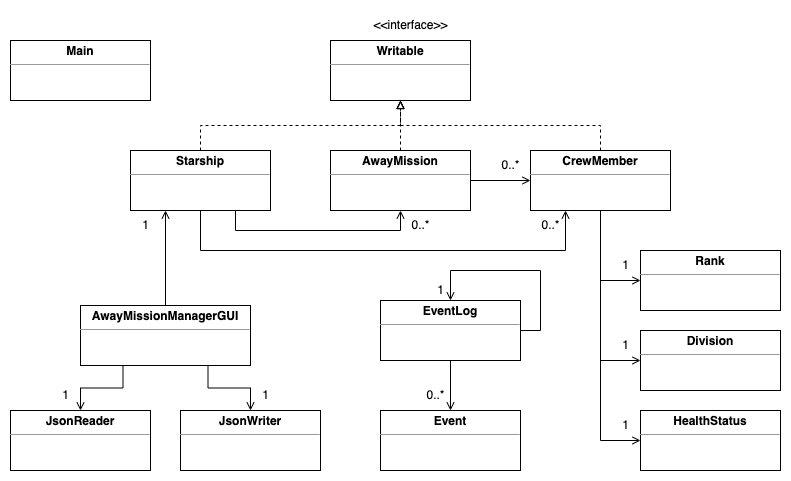
Christine-Anderson/away-mission-manager keeps this draw.io diagram as UML_Design_Diagram.png. Above is the earlier version. Source tidied: cells renumbered, new cells last; positions are measured from the earlier drawing's top-left corner, leaving out a move shared by most shapes.
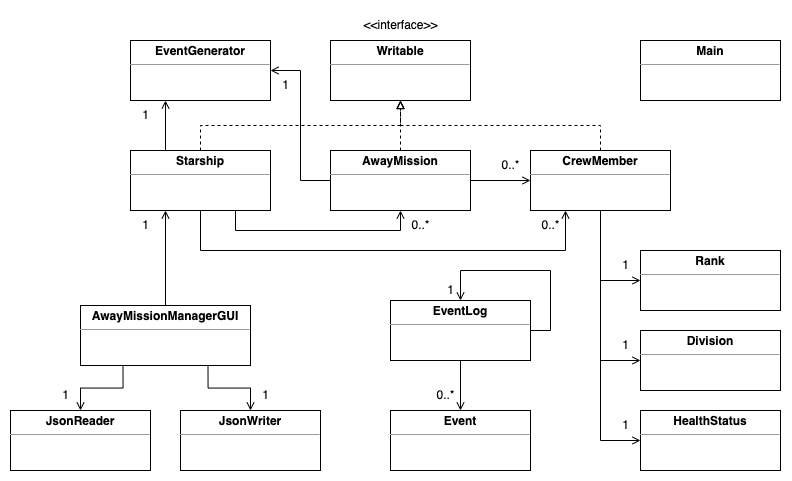
After the commit.

Commit message:
added EventGeneratorTest, updated UML and readme to reflect class changes

Diff of the diagram source:
```diff
@@ -30,7 +30,7 @@
       <mxGeometry x="70" y="295" width="170" height="60" as="geometry" />
     </mxCell>
     <mxCell id="11" value="&lt;p style=&quot;margin:0px;margin-top:4px;text-align:center;&quot;&gt;&lt;b&gt;Main&lt;/b&gt;&lt;/p&gt;&lt;hr size=&quot;1&quot;&gt;&lt;div style=&quot;height:2px;&quot;&gt;&lt;/div&gt;" style="verticalAlign=top;align=left;overflow=fill;fontSize=12;fontFamily=Helvetica;html=1;" parent="1" vertex="1">
-      <mxGeometry y="30" width="140" height="60" as="geometry" />
+      <mxGeometry x="630" y="30" width="140" height="60" as="geometry" />
     </mxCell>
     <mxCell id="12" style="edgeStyle=orthogonalEdgeStyle;rounded=0;jettySize=auto;html=1;exitX=0.5;exitY=1;exitDx=0;exitDy=0;entryX=0.5;entryY=0;entryDx=0;entryDy=0;endArrow=open;endFill=0;" parent="1" edge="1" source="14" target="15">
       <mxGeometry relative="1" as="geometry" />
@@ -38,17 +38,17 @@
     <mxCell id="13" style="edgeStyle=orthogonalEdgeStyle;rounded=0;orthogonalLoop=1;jettySize=auto;html=1;exitX=1;exitY=0.5;exitDx=0;exitDy=0;entryX=0.5;entryY=0;entryDx=0;entryDy=0;endArrow=open;endFill=0;" parent="1" edge="1" source="14" target="14">
       <mxGeometry relative="1" as="geometry">
         <Array as="points">
-          <mxPoint x="530" y="320" />
-          <mxPoint x="530" y="260" />
-          <mxPoint x="440" y="260" />
+          <mxPoint x="540" y="320" />
+          <mxPoint x="540" y="260" />
+          <mxPoint x="450" y="260" />
         </Array>
       </mxGeometry>
     </mxCell>
     <mxCell id="14" value="&lt;p style=&quot;margin:0px;margin-top:4px;text-align:center;&quot;&gt;&lt;b&gt;EventLog&lt;/b&gt;&lt;/p&gt;&lt;hr size=&quot;1&quot;&gt;&lt;div style=&quot;height:2px;&quot;&gt;&lt;/div&gt;" style="verticalAlign=top;align=left;overflow=fill;fontSize=12;fontFamily=Helvetica;html=1;" parent="1" vertex="1">
-      <mxGeometry x="370" y="290" width="140" height="60" as="geometry" />
+      <mxGeometry x="380" y="290" width="140" height="60" as="geometry" />
     </mxCell>
     <mxCell id="15" value="&lt;p style=&quot;margin:0px;margin-top:4px;text-align:center;&quot;&gt;&lt;b&gt;Event&lt;/b&gt;&lt;/p&gt;&lt;hr size=&quot;1&quot;&gt;&lt;div style=&quot;height:2px;&quot;&gt;&lt;/div&gt;" style="verticalAlign=top;align=left;overflow=fill;fontSize=12;fontFamily=Helvetica;html=1;" parent="1" vertex="1">
-      <mxGeometry x="370" y="400" width="140" height="60" as="geometry" />
+      <mxGeometry x="380" y="400" width="140" height="60" as="geometry" />
     </mxCell>
     <mxCell id="16" style="edgeStyle=orthogonalEdgeStyle;rounded=0;jettySize=auto;html=1;exitX=0.5;exitY=0;exitDx=0;exitDy=0;entryX=0.5;entryY=1;entryDx=0;entryDy=0;dashed=1;startArrow=none;startFill=0;endArrow=block;endFill=0;" parent="1" edge="1" source="20" target="28">
       <mxGeometry relative="1" as="geometry" />
@@ -71,6 +71,9 @@
     <mxCell id="22" style="edgeStyle=orthogonalEdgeStyle;rounded=0;jettySize=auto;html=1;exitX=1;exitY=0.5;exitDx=0;exitDy=0;entryX=0;entryY=0.5;entryDx=0;entryDy=0;startArrow=none;startFill=0;endArrow=open;endFill=0;" parent="1" edge="1" source="23" target="20">
       <mxGeometry relative="1" as="geometry" />
     </mxCell>
+    <mxCell id="41" style="edgeStyle=orthogonalEdgeStyle;rounded=0;jettySize=auto;html=1;exitX=0;exitY=0.5;exitDx=0;exitDy=0;entryX=1;entryY=0.5;entryDx=0;entryDy=0;endArrow=open;endFill=0;" parent="1" edge="1" source="23" target="43">
+      <mxGeometry relative="1" as="geometry" />
+    </mxCell>
     <mxCell id="23" value="&lt;p style=&quot;margin:0px;margin-top:4px;text-align:center;&quot;&gt;&lt;b&gt;AwayMission&lt;/b&gt;&lt;/p&gt;&lt;hr size=&quot;1&quot;&gt;&lt;div style=&quot;height:2px;&quot;&gt;&lt;/div&gt;" style="verticalAlign=top;align=left;overflow=fill;fontSize=12;fontFamily=Helvetica;html=1;" parent="1" vertex="1">
       <mxGeometry x="320" y="140" width="140" height="60" as="geometry" />
     </mxCell>
@@ -93,6 +96,9 @@
         </Array>
       </mxGeometry>
     </mxCell>
+    <mxCell id="42" style="edgeStyle=orthogonalEdgeStyle;rounded=0;jettySize=auto;html=1;exitX=0.25;exitY=0;exitDx=0;exitDy=0;entryX=0.25;entryY=1;entryDx=0;entryDy=0;endArrow=open;endFill=0;" parent="1" edge="1" source="27" target="43">
+      <mxGeometry relative="1" as="geometry" />
+    </mxCell>
     <mxCell id="27" value="&lt;p style=&quot;margin:0px;margin-top:4px;text-align:center;&quot;&gt;&lt;b&gt;Starship&lt;/b&gt;&lt;/p&gt;&lt;hr size=&quot;1&quot;&gt;&lt;div style=&quot;height:2px;&quot;&gt;&lt;/div&gt;" style="verticalAlign=top;align=left;overflow=fill;fontSize=12;fontFamily=Helvetica;html=1;" parent="1" vertex="1">
       <mxGeometry x="120" y="140" width="140" height="60" as="geometry" />
     </mxCell>
@@ -100,13 +106,13 @@
       <mxGeometry x="320" y="30" width="140" height="60" as="geometry" />
     </mxCell>
     <mxCell id="29" value="&amp;lt;&amp;lt;interface&amp;gt;&amp;gt;" style="text;html=1;align=center;verticalAlign=middle;strokeColor=none;fillColor=none;" parent="1" vertex="1">
-      <mxGeometry x="350" width="100" height="30" as="geometry" />
+      <mxGeometry x="340" width="100" height="30" as="geometry" />
     </mxCell>
     <mxCell id="30" value="0..*" style="text;html=1;align=center;verticalAlign=middle;strokeColor=none;fillColor=none;" parent="1" vertex="1">
-      <mxGeometry x="405" y="370" width="40" height="30" as="geometry" />
+      <mxGeometry x="415" y="370" width="40" height="30" as="geometry" />
     </mxCell>
     <mxCell id="31" value="1" style="text;html=1;align=center;verticalAlign=middle;strokeColor=none;fillColor=none;" parent="1" vertex="1">
-      <mxGeometry x="415" y="265" width="30" height="30" as="geometry" />
+      <mxGeometry x="425" y="265" width="30" height="30" as="geometry" />
     </mxCell>
     <mxCell id="32" value="1" style="text;html=1;align=center;verticalAlign=middle;strokeColor=none;fillColor=none;" parent="1" vertex="1">
       <mxGeometry x="600" y="240" width="30" height="30" as="geometry" />
@@ -135,5 +141,14 @@
     <mxCell id="40" value="1" style="text;html=1;align=center;verticalAlign=middle;strokeColor=none;fillColor=none;" parent="1" vertex="1">
       <mxGeometry x="120" y="200" width="30" height="30" as="geometry" />
     </mxCell>
+    <mxCell id="43" value="&lt;p style=&quot;margin:0px;margin-top:4px;text-align:center;&quot;&gt;&lt;b&gt;EventGenerator&lt;/b&gt;&lt;/p&gt;&lt;hr size=&quot;1&quot;&gt;&lt;div style=&quot;height:2px;&quot;&gt;&lt;/div&gt;" style="verticalAlign=top;align=left;overflow=fill;fontSize=12;fontFamily=Helvetica;html=1;" parent="1" vertex="1">
+      <mxGeometry x="120" y="30" width="140" height="60" as="geometry" />
+    </mxCell>
+    <mxCell id="44" value="1" style="text;html=1;align=center;verticalAlign=middle;strokeColor=none;fillColor=none;" parent="1" vertex="1">
+      <mxGeometry x="120" y="90" width="30" height="30" as="geometry" />
+    </mxCell>
+    <mxCell id="45" value="1" style="text;html=1;align=center;verticalAlign=middle;strokeColor=none;fillColor=none;" parent="1" vertex="1">
+      <mxGeometry x="260" y="60" width="30" height="30" as="geometry" />
+    </mxCell>
   </root>
 </mxGraphModel>
```
